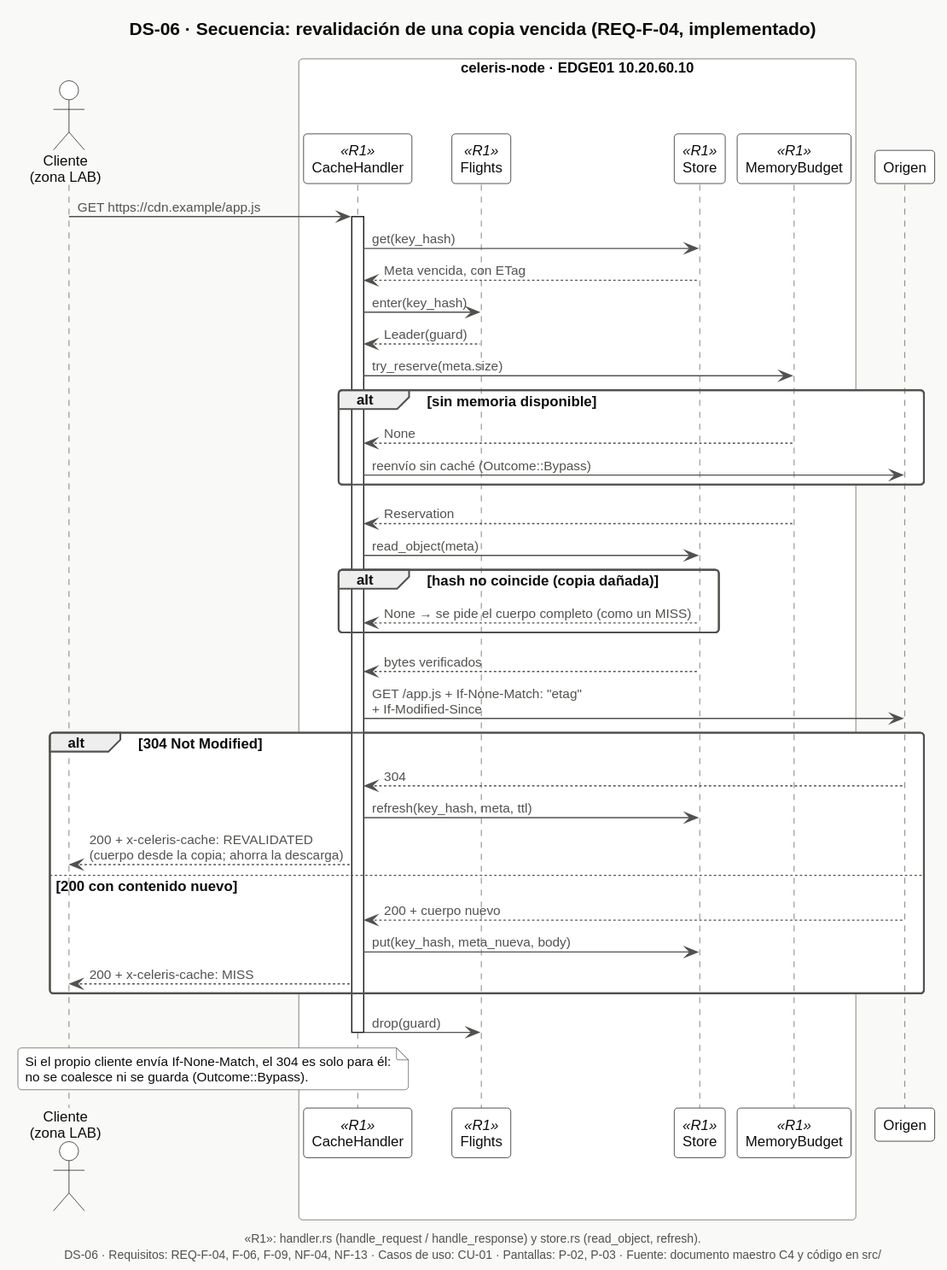
This is docs/software/e1/diagramas/svg/DS-06-secuencia-revalidacion-304.svg from Nick-Saim-MJ/Project-Celeris, a PlantUML export, as it was before one commit.
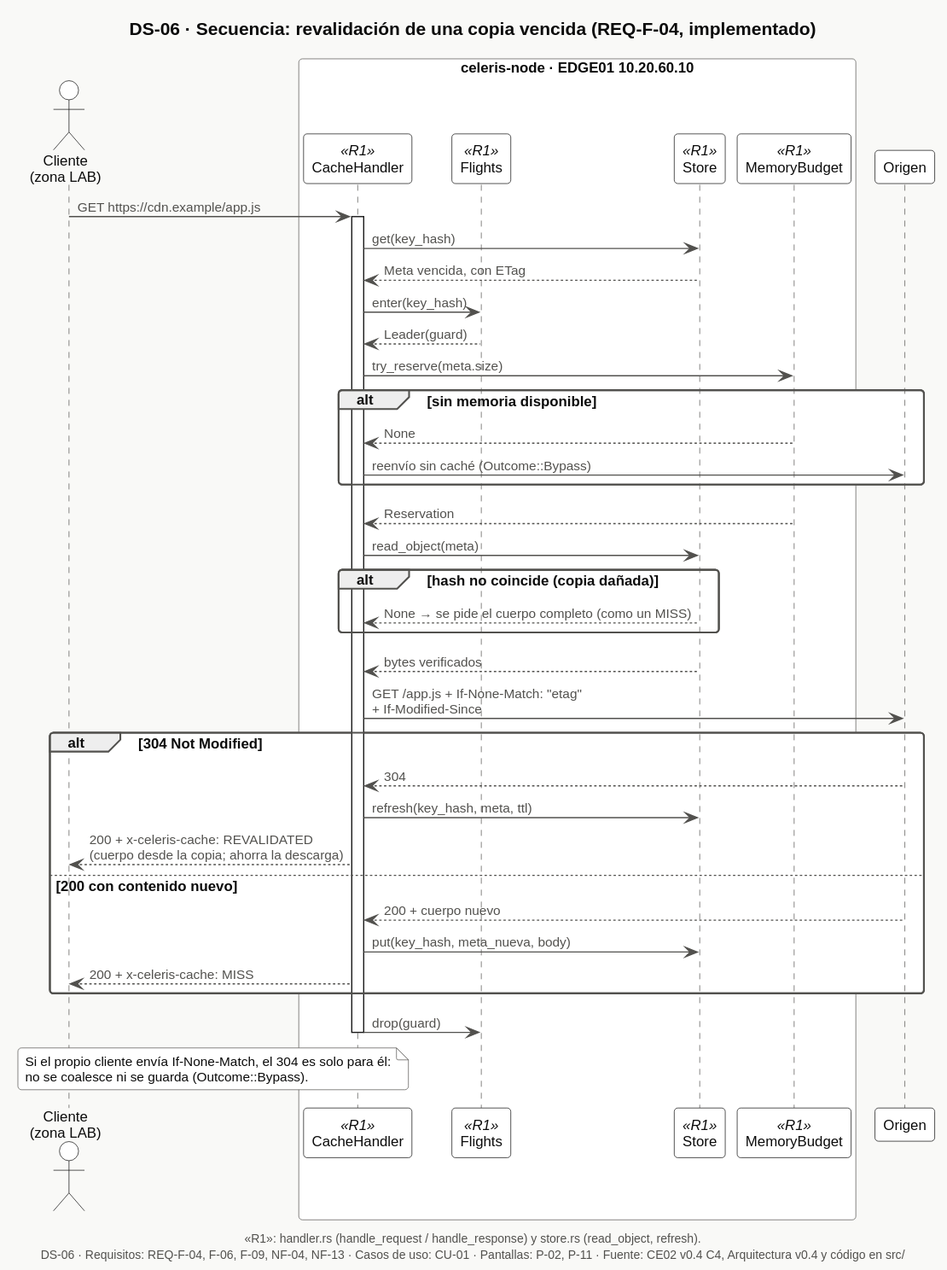
Above is the later version.

Diff of the diagram source:
```diff
@@ -44,5 +44,5 @@
 
 note over C, H : Si el propio cliente envía If-None-Match, el 304 es solo para él:\nno se coalesce ni se guarda (Outcome::Bypass).
 
-$pie("DS-06", "REQ-F-04, F-06, F-09, NF-04, NF-13", "CU-01", "P-02, P-03")
+$pie("DS-06", "REQ-F-04, F-06, F-09, NF-04, NF-13", "CU-01", "P-02, P-11")
 @enduml
```
